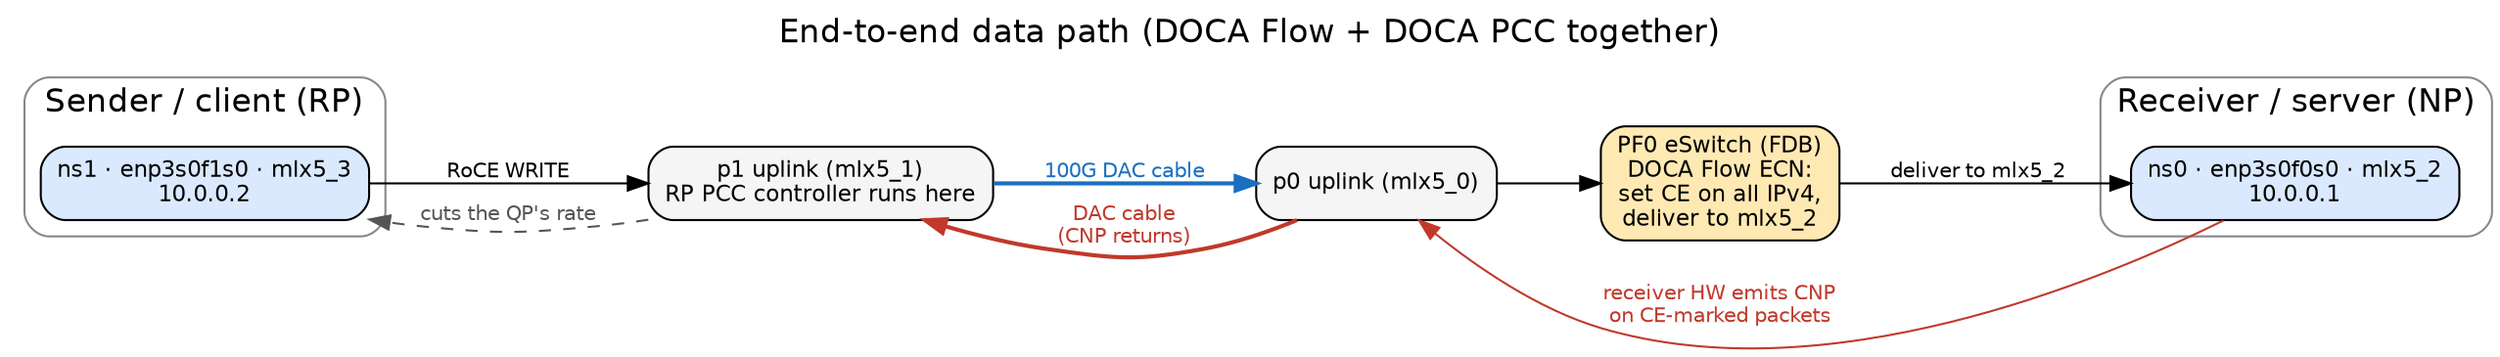
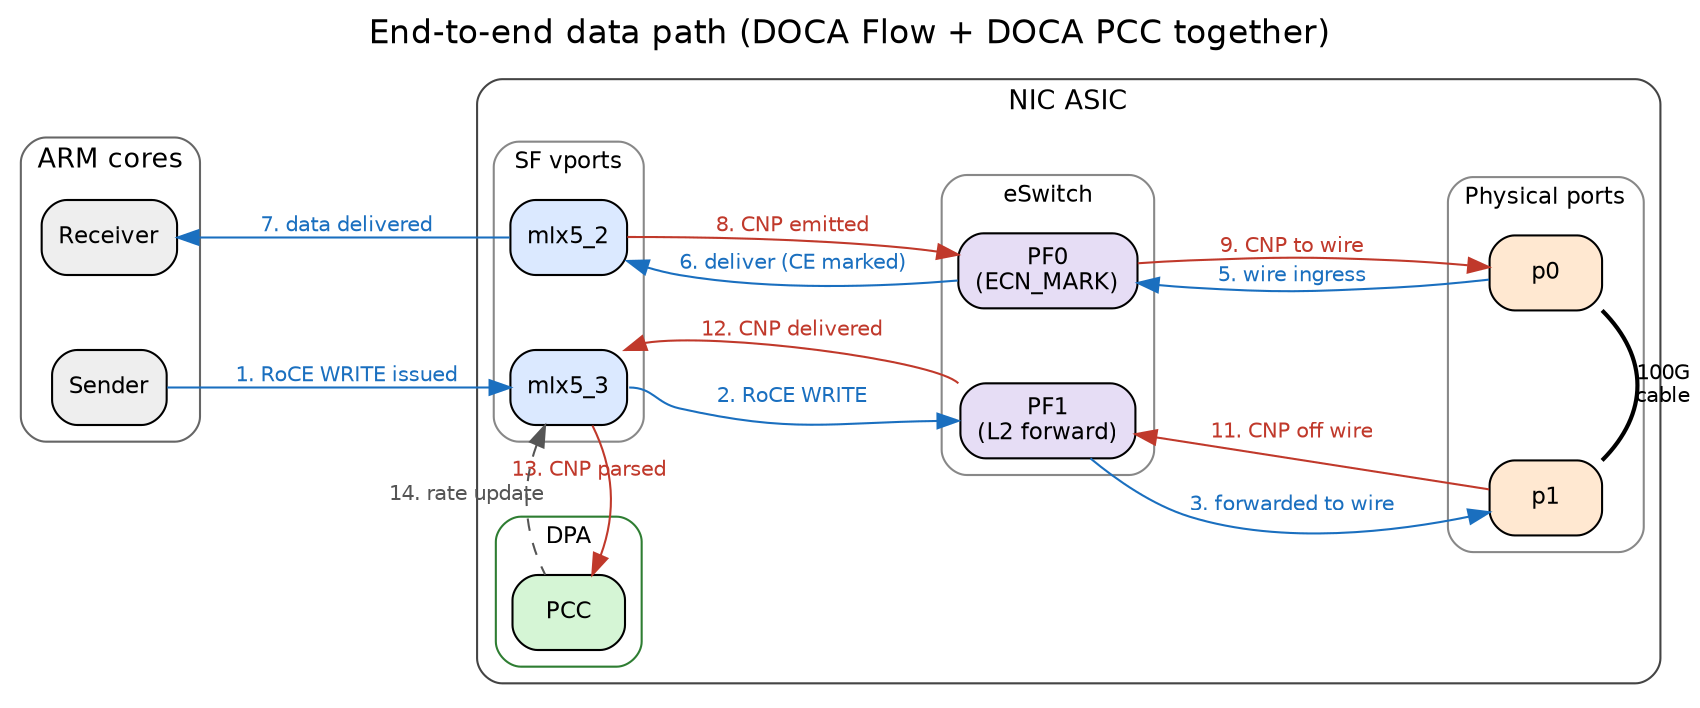
digraph end_to_end_data_path {
  rankdir=LR;
  fontname="Helvetica";
  labelloc="t";
  fontsize=16;
  label="End-to-end data path (DOCA Flow + DOCA PCC together)";
-   nodesep=0.6;
+   nodesep=0.5;
  ranksep=0.7;
  node [fontname="Helvetica", fontsize=11, shape=box, style="rounded,filled", fillcolor="#f5f5f5"];
  edge [fontname="Helvetica", fontsize=10];

-   subgraph cluster_sender {
-     label="Sender / client (RP)";
+   subgraph cluster_arm {
+     label="ARM cores";
    style="rounded";
-     color="#888888";
-     sender [label="ns1 · enp3s0f1s0 · mlx5_3\n10.0.0.2", fillcolor="#dbe9ff"];
+     color="#666666";
+     fontsize=13;
+ 
+     receiver [label="Receiver", fillcolor="#eeeeee"];
+     sender [label="Sender", fillcolor="#eeeeee"];
  }

-   p1 [label="p1 uplink (mlx5_1)\nRP PCC controller runs here"];
-   p0 [label="p0 uplink (mlx5_0)"];
+   subgraph cluster_asic {
+     label="NIC ASIC";
+     style="rounded";
+     color="#444444";
+     fontsize=13;

-   fdb [label="PF0 eSwitch (FDB)\nDOCA Flow ECN:\nset CE on all IPv4,\ndeliver to mlx5_2", fillcolor="#ffe9b3"];
+     subgraph cluster_sf {
+       label="SF vports";
+       style="rounded";
+       color="#888888";
+       fontsize=11;

-   subgraph cluster_receiver {
-     label="Receiver / server (NP)";
-     style="rounded";
-     color="#888888";
-     receiver [label="ns0 · enp3s0f0s0 · mlx5_2\n10.0.0.1", fillcolor="#dbe9ff"];
+       mlx5_3 [label="mlx5_3", fillcolor="#dbe9ff"];
+       mlx5_2 [label="mlx5_2", fillcolor="#dbe9ff"];
+     }
+ 
+     /* ONE eSwitch hardware block. PF0/PF1 are logical domains inside it (verified: they don't
+      * shortcut each other — crossing needs the physical wire round-trip — but that's a logical
+      * isolation, not separate silicon), same as DPA below. */
+     subgraph cluster_eswitch {
+       label="eSwitch";
+       style="rounded";
+       color="#888888";
+       fontsize=11;
+ 
+       eswitch_pf0 [label="PF0\n(ECN_MARK)", fillcolor="#e6ddf5"];
+       eswitch_pf1 [label="PF1\n(L2 forward)", fillcolor="#e6ddf5"];
+     }
+ 
+     subgraph cluster_ports {
+       label="Physical ports";
+       style="rounded";
+       color="#888888";
+       fontsize=11;
+ 
+       p1 [label="p1", fillcolor="#ffe8d1"];
+       p0 [label="p0", fillcolor="#ffe8d1"];
+     }
+ 
+     /* DPA is a general-purpose accelerator; PCC is just the one context/program we've loaded
+      * onto it for this tutorial (created against mlx5_1 / PF1 only). */
+     subgraph cluster_dpa {
+       label="DPA";
+       style="rounded";
+       color="#2e7d32";
+       fontsize=11;
+ 
+       pcc [label="PCC", fillcolor="#d5f5d5"];
+     }
  }

-   sender -> p1 [label="RoCE WRITE"];
-   p1 -> p0 [label="100G DAC cable", color="#1a6fbf", fontcolor="#1a6fbf", penwidth=2];
-   p0 -> fdb;
-   fdb -> receiver [label="deliver to mlx5_2"];
+   /* forward path (blue): RoCE WRITE, sender -> receiver.
+    * PF0's leg is declared in the SAME column direction as PF1's (mlx5_2 -> eswitch_pf0 -> p0) so
+    * both stacks share rank columns; dir=back keeps the arrowheads pointing the true data
+    * direction (p0 -> eswitch_pf0 -> mlx5_2) without fighting that rank order. */
+   sender -> mlx5_3 [label="1. RoCE WRITE issued", color="#1a6fbf", fontcolor="#1a6fbf"];
+   eswitch_pf1 -> p1 [label="3. forwarded to wire", color="#1a6fbf", fontcolor="#1a6fbf"];
+   mlx5_2 -> eswitch_pf0 [label="6. deliver (CE marked)", color="#1a6fbf", fontcolor="#1a6fbf", dir=back];
+   eswitch_pf0 -> p0 [label="5. wire ingress", color="#1a6fbf", fontcolor="#1a6fbf", dir=back];
+   receiver -> mlx5_2 [label="7. data delivered", color="#1a6fbf", fontcolor="#1a6fbf",
+                       dir=back, constraint=false];

-   receiver -> p0 [label="receiver HW emits CNP\non CE-marked packets", color="#c0392b", fontcolor="#c0392b", constraint=false];
-   p0 -> p1 [label="DAC cable\n(CNP returns)", color="#c0392b", fontcolor="#c0392b", penwidth=2, constraint=false];
-   p1 -> sender [label="cuts the QP's rate", style=dashed, color="#555555", fontcolor="#555555", constraint=false];
+   /* the cable: both ports are in the same rightmost column now, so this is a short hop that
+    * exits east out of the ASIC box and loops back in — not a line crossing the whole diagram. */
+   p1 -> p0 [color="black", fontcolor="black", penwidth=2,
+             arrowhead="none", tailport="ne", headport="se", constraint=false,
+             label="100G\ncable"];
+ 
+   /* return path (red): CNP, receiver -> sender, then DPA reacts. These are now the rank-
+    * determining edges for PF0's column (mlx5_2 -> eswitch_pf0 -> p0, natural direction). */
+   mlx5_2 -> eswitch_pf0 [label="8. CNP emitted", color="#c0392b", fontcolor="#c0392b"];
+   eswitch_pf0 -> p0 [label="9. CNP to wire", color="#c0392b", fontcolor="#c0392b"];
+   eswitch_pf1 -> p1 [label="11. CNP off wire", color="#c0392b", fontcolor="#c0392b", dir=back];
+   /* PF1 pair: mlx5_3's south face is taken by the PCC edges (13/14), which crowds the SE corner
+    * and makes the default multi-edge route sag one leg toward p1/PCC. Pin the blue leg straight
+    * across the east face, and route the red leg up through the empty PF0/PF1 gap instead. */
+   mlx5_3 -> eswitch_pf1 [label="12. CNP delivered", color="#c0392b", fontcolor="#c0392b",
+                          dir=back, tailport="ne", headport="nw"];
+   mlx5_3 -> eswitch_pf1 [label="2. RoCE WRITE", color="#1a6fbf", fontcolor="#1a6fbf",
+                          tailport="e", headport="w"];
+   /* PCC pair: two near-vertical edges whose horizontal labels would otherwise stack on top of
+    * each other and the lines. Ports break the arrowheads on such short vertical edges (and a
+    * portless straight edge sometimes collapses to a stub), so instead use head/tail labels: they
+    * splay the pair into a lens and place the two labels at opposite ends (13 near PCC, 14 near
+    * mlx5_3), swung out to the side so neither sits on a line or on the other label. */
+   mlx5_3 -> pcc [headlabel="13. CNP parsed", labelangle=25, labeldistance=5,
+                  color="#c0392b", fontcolor="#c0392b", constraint=false];
+   mlx5_3 -> pcc [taillabel="14. rate update", labelangle=-25, labeldistance=5, style=dashed,
+                  color="#555555", fontcolor="#555555", dir=back, constraint=false];
}
